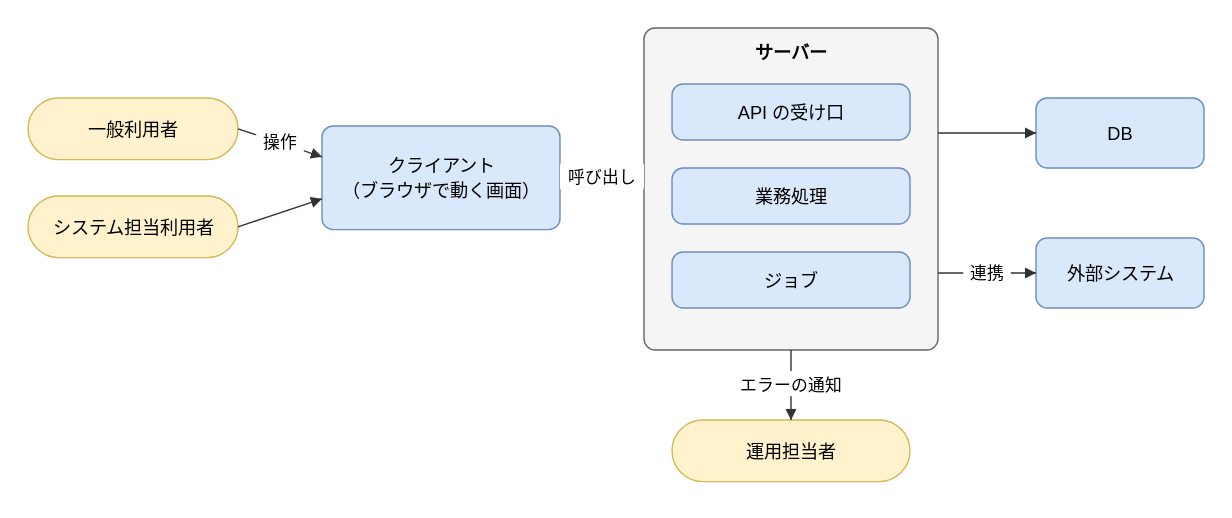
Earlier version of the draw.io export demo/101_販売管理システム/標準仕様書/images/全体像.drawio.svg (halllky/NijoAppScaffold). Source tidied: cells renumbered, new cells last; positions are measured from the earlier drawing's top-left corner, leaving out a move shared by most shapes. The source it was exported from:
```xml
<mxGraphModel background="#ffffff">
  <root>
    <mxCell id="0" />
    <mxCell id="1" parent="0" />
    <mxCell id="2" value="一般利用者" style="rounded=1;arcSize=50;whiteSpace=wrap;html=1;fillColor=#fff2cc;strokeColor=#d6b656;" parent="1" vertex="1">
      <mxGeometry y="50" width="150" height="44" as="geometry" />
    </mxCell>
    <mxCell id="3" value="システム担当利用者" style="rounded=1;arcSize=50;whiteSpace=wrap;html=1;fillColor=#fff2cc;strokeColor=#d6b656;" parent="1" vertex="1">
      <mxGeometry y="120" width="150" height="44" as="geometry" />
    </mxCell>
    <mxCell id="4" value="クライアント&lt;br&gt;（ブラウザで動く画面）" style="rounded=1;whiteSpace=wrap;html=1;fillColor=#dae8fc;strokeColor=#6c8ebf;" parent="1" vertex="1">
      <mxGeometry x="210" y="70" width="170" height="74" as="geometry" />
    </mxCell>
    <mxCell id="5" value="サーバー" style="rounded=1;whiteSpace=wrap;html=1;fillColor=#f5f5f5;strokeColor=#666666;verticalAlign=top;fontStyle=1;" parent="1" vertex="1">
      <mxGeometry x="440" width="210" height="230" as="geometry" />
    </mxCell>
    <mxCell id="6" value="API の受け口" style="rounded=1;whiteSpace=wrap;html=1;fillColor=#dae8fc;strokeColor=#6c8ebf;" parent="1" vertex="1">
      <mxGeometry x="460" y="40" width="170" height="40" as="geometry" />
    </mxCell>
    <mxCell id="7" value="業務処理" style="rounded=1;whiteSpace=wrap;html=1;fillColor=#dae8fc;strokeColor=#6c8ebf;" parent="1" vertex="1">
      <mxGeometry x="460" y="100" width="170" height="40" as="geometry" />
    </mxCell>
    <mxCell id="8" value="ジョブ" style="rounded=1;whiteSpace=wrap;html=1;fillColor=#dae8fc;strokeColor=#6c8ebf;" parent="1" vertex="1">
      <mxGeometry x="460" y="160" width="170" height="40" as="geometry" />
    </mxCell>
    <mxCell id="9" value="DB" style="rounded=1;whiteSpace=wrap;html=1;fillColor=#dae8fc;strokeColor=#6c8ebf;" parent="1" vertex="1">
      <mxGeometry x="720" y="50" width="120" height="50" as="geometry" />
    </mxCell>
    <mxCell id="10" value="外部システム" style="rounded=1;whiteSpace=wrap;html=1;fillColor=#dae8fc;strokeColor=#6c8ebf;" parent="1" vertex="1">
      <mxGeometry x="720" y="150" width="120" height="50" as="geometry" />
    </mxCell>
    <mxCell id="11" value="運用担当者" style="rounded=1;arcSize=50;whiteSpace=wrap;html=1;fillColor=#fff2cc;strokeColor=#d6b656;" parent="1" vertex="1">
      <mxGeometry x="460" y="280" width="170" height="44" as="geometry" />
    </mxCell>
    <mxCell id="12" value="操作" style="endArrow=classic;html=1;fontSize=12;labelBackgroundColor=#ffffff;" parent="1" edge="1" source="2" target="4">
      <mxGeometry relative="1" as="geometry" />
    </mxCell>
    <mxCell id="13" style="endArrow=classic;html=1;fontSize=12;labelBackgroundColor=#ffffff;" parent="1" edge="1" source="3" target="4">
      <mxGeometry relative="1" as="geometry" />
    </mxCell>
    <mxCell id="14" value="呼び出し" style="endArrow=classic;html=1;fontSize=12;labelBackgroundColor=#ffffff;" parent="1" edge="1" source="4" target="5">
      <mxGeometry relative="1" as="geometry" />
    </mxCell>
    <mxCell id="15" style="endArrow=classic;html=1;fontSize=12;labelBackgroundColor=#ffffff;" parent="1" edge="1" source="5" target="9">
      <mxGeometry relative="1" as="geometry" />
    </mxCell>
    <mxCell id="16" value="連携" style="endArrow=classic;html=1;fontSize=12;labelBackgroundColor=#ffffff;" parent="1" edge="1" source="5" target="10">
      <mxGeometry relative="1" as="geometry" />
    </mxCell>
    <mxCell id="17" value="エラーの通知" style="endArrow=classic;html=1;fontSize=12;labelBackgroundColor=#ffffff;" parent="1" edge="1" source="5" target="11">
      <mxGeometry relative="1" as="geometry" />
    </mxCell>
  </root>
</mxGraphModel>
```
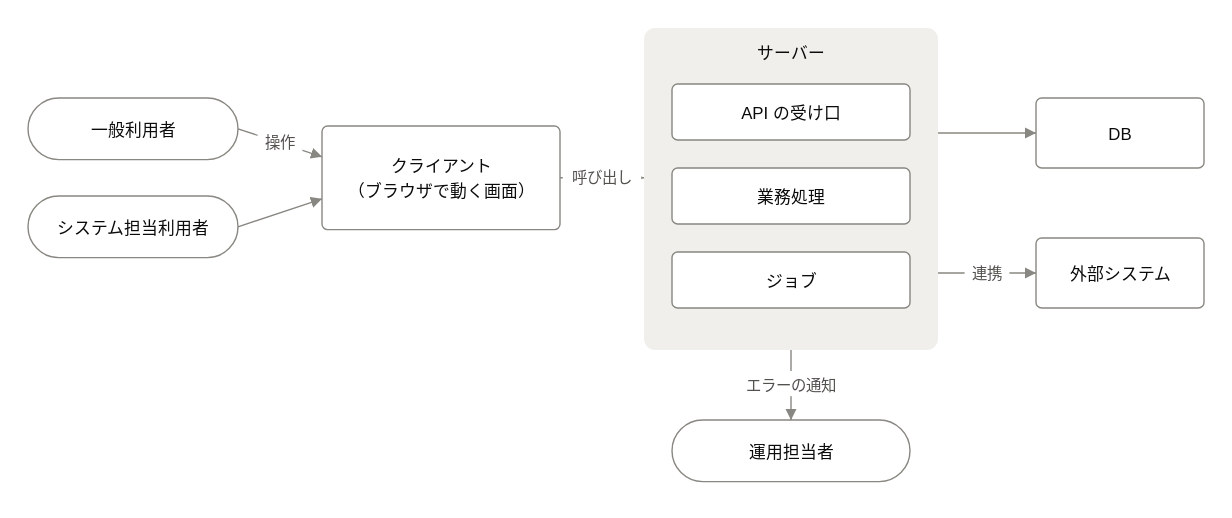
The same file after the commit.

Commit message:
デモ101 標準仕様書1章の全体像の図を、ほかの図と同じ配色にしてダークモードに対応させる

Claude-Session: https://claude.ai/code/session_01VmEwDMyciJ5svY5fNVQSZm

The edit, as a diff of the source:
```diff
@@ -2,52 +2,52 @@
   <root>
     <mxCell id="0" />
     <mxCell id="1" parent="0" />
-    <mxCell id="2" value="一般利用者" style="rounded=1;arcSize=50;whiteSpace=wrap;html=1;fillColor=#fff2cc;strokeColor=#d6b656;" parent="1" vertex="1">
+    <mxCell id="2" value="一般利用者" style="rounded=1;arcSize=50;whiteSpace=wrap;html=1;fillColor=#ffffff;strokeColor=#898781;fontColor=#0b0b0b;fontFamily=Helvetica;fontSize=12;" parent="1" vertex="1">
       <mxGeometry y="50" width="150" height="44" as="geometry" />
     </mxCell>
-    <mxCell id="3" value="システム担当利用者" style="rounded=1;arcSize=50;whiteSpace=wrap;html=1;fillColor=#fff2cc;strokeColor=#d6b656;" parent="1" vertex="1">
+    <mxCell id="3" value="システム担当利用者" style="rounded=1;arcSize=50;whiteSpace=wrap;html=1;fillColor=#ffffff;strokeColor=#898781;fontColor=#0b0b0b;fontFamily=Helvetica;fontSize=12;" parent="1" vertex="1">
       <mxGeometry y="120" width="150" height="44" as="geometry" />
     </mxCell>
-    <mxCell id="4" value="クライアント&lt;br&gt;（ブラウザで動く画面）" style="rounded=1;whiteSpace=wrap;html=1;fillColor=#dae8fc;strokeColor=#6c8ebf;" parent="1" vertex="1">
+    <mxCell id="4" value="クライアント&lt;br&gt;（ブラウザで動く画面）" style="rounded=1;arcSize=10;whiteSpace=wrap;html=1;fillColor=#ffffff;strokeColor=#898781;fontColor=#0b0b0b;fontFamily=Helvetica;fontSize=12;" parent="1" vertex="1">
       <mxGeometry x="210" y="70" width="170" height="74" as="geometry" />
     </mxCell>
-    <mxCell id="5" value="サーバー" style="rounded=1;whiteSpace=wrap;html=1;fillColor=#f5f5f5;strokeColor=#666666;verticalAlign=top;fontStyle=1;" parent="1" vertex="1">
+    <mxCell id="5" value="サーバー" style="rounded=1;arcSize=4;whiteSpace=wrap;html=1;fillColor=#f0efec;strokeColor=none;verticalAlign=top;fontColor=#0b0b0b;fontFamily=Helvetica;fontSize=12;" parent="1" vertex="1">
       <mxGeometry x="440" width="210" height="230" as="geometry" />
     </mxCell>
-    <mxCell id="6" value="API の受け口" style="rounded=1;whiteSpace=wrap;html=1;fillColor=#dae8fc;strokeColor=#6c8ebf;" parent="1" vertex="1">
+    <mxCell id="6" value="API の受け口" style="rounded=1;arcSize=10;whiteSpace=wrap;html=1;fillColor=#ffffff;strokeColor=#898781;fontColor=#0b0b0b;fontFamily=Helvetica;fontSize=12;" parent="1" vertex="1">
       <mxGeometry x="460" y="40" width="170" height="40" as="geometry" />
     </mxCell>
-    <mxCell id="7" value="業務処理" style="rounded=1;whiteSpace=wrap;html=1;fillColor=#dae8fc;strokeColor=#6c8ebf;" parent="1" vertex="1">
+    <mxCell id="7" value="業務処理" style="rounded=1;arcSize=10;whiteSpace=wrap;html=1;fillColor=#ffffff;strokeColor=#898781;fontColor=#0b0b0b;fontFamily=Helvetica;fontSize=12;" parent="1" vertex="1">
       <mxGeometry x="460" y="100" width="170" height="40" as="geometry" />
     </mxCell>
-    <mxCell id="8" value="ジョブ" style="rounded=1;whiteSpace=wrap;html=1;fillColor=#dae8fc;strokeColor=#6c8ebf;" parent="1" vertex="1">
+    <mxCell id="8" value="ジョブ" style="rounded=1;arcSize=10;whiteSpace=wrap;html=1;fillColor=#ffffff;strokeColor=#898781;fontColor=#0b0b0b;fontFamily=Helvetica;fontSize=12;" parent="1" vertex="1">
       <mxGeometry x="460" y="160" width="170" height="40" as="geometry" />
     </mxCell>
-    <mxCell id="9" value="DB" style="rounded=1;whiteSpace=wrap;html=1;fillColor=#dae8fc;strokeColor=#6c8ebf;" parent="1" vertex="1">
+    <mxCell id="9" value="DB" style="rounded=1;arcSize=10;whiteSpace=wrap;html=1;fillColor=#ffffff;strokeColor=#898781;fontColor=#0b0b0b;fontFamily=Helvetica;fontSize=12;" parent="1" vertex="1">
       <mxGeometry x="720" y="50" width="120" height="50" as="geometry" />
     </mxCell>
-    <mxCell id="10" value="外部システム" style="rounded=1;whiteSpace=wrap;html=1;fillColor=#dae8fc;strokeColor=#6c8ebf;" parent="1" vertex="1">
+    <mxCell id="10" value="外部システム" style="rounded=1;arcSize=10;whiteSpace=wrap;html=1;fillColor=#ffffff;strokeColor=#898781;fontColor=#0b0b0b;fontFamily=Helvetica;fontSize=12;" parent="1" vertex="1">
       <mxGeometry x="720" y="150" width="120" height="50" as="geometry" />
     </mxCell>
-    <mxCell id="11" value="運用担当者" style="rounded=1;arcSize=50;whiteSpace=wrap;html=1;fillColor=#fff2cc;strokeColor=#d6b656;" parent="1" vertex="1">
+    <mxCell id="11" value="運用担当者" style="rounded=1;arcSize=50;whiteSpace=wrap;html=1;fillColor=#ffffff;strokeColor=#898781;fontColor=#0b0b0b;fontFamily=Helvetica;fontSize=12;" parent="1" vertex="1">
       <mxGeometry x="460" y="280" width="170" height="44" as="geometry" />
     </mxCell>
-    <mxCell id="12" value="操作" style="endArrow=classic;html=1;fontSize=12;labelBackgroundColor=#ffffff;" parent="1" edge="1" source="2" target="4">
+    <mxCell id="12" value="操作" style="endArrow=block;endSize=5;html=1;strokeColor=#898781;fontColor=#52514e;fontFamily=Helvetica;fontSize=11;labelBackgroundColor=#ffffff;" parent="1" edge="1" source="2" target="4">
       <mxGeometry relative="1" as="geometry" />
     </mxCell>
-    <mxCell id="13" style="endArrow=classic;html=1;fontSize=12;labelBackgroundColor=#ffffff;" parent="1" edge="1" source="3" target="4">
+    <mxCell id="13" style="endArrow=block;endSize=5;html=1;strokeColor=#898781;fontColor=#52514e;fontFamily=Helvetica;fontSize=11;labelBackgroundColor=#ffffff;" parent="1" edge="1" source="3" target="4">
       <mxGeometry relative="1" as="geometry" />
     </mxCell>
-    <mxCell id="14" value="呼び出し" style="endArrow=classic;html=1;fontSize=12;labelBackgroundColor=#ffffff;" parent="1" edge="1" source="4" target="5">
+    <mxCell id="14" value="呼び出し" style="endArrow=block;endSize=5;html=1;strokeColor=#898781;fontColor=#52514e;fontFamily=Helvetica;fontSize=11;labelBackgroundColor=#ffffff;" parent="1" edge="1" source="4" target="5">
       <mxGeometry relative="1" as="geometry" />
     </mxCell>
-    <mxCell id="15" style="endArrow=classic;html=1;fontSize=12;labelBackgroundColor=#ffffff;" parent="1" edge="1" source="5" target="9">
+    <mxCell id="15" style="endArrow=block;endSize=5;html=1;strokeColor=#898781;fontColor=#52514e;fontFamily=Helvetica;fontSize=11;labelBackgroundColor=#ffffff;" parent="1" edge="1" source="5" target="9">
       <mxGeometry relative="1" as="geometry" />
     </mxCell>
-    <mxCell id="16" value="連携" style="endArrow=classic;html=1;fontSize=12;labelBackgroundColor=#ffffff;" parent="1" edge="1" source="5" target="10">
+    <mxCell id="16" value="連携" style="endArrow=block;endSize=5;html=1;strokeColor=#898781;fontColor=#52514e;fontFamily=Helvetica;fontSize=11;labelBackgroundColor=#ffffff;" parent="1" edge="1" source="5" target="10">
       <mxGeometry relative="1" as="geometry" />
     </mxCell>
-    <mxCell id="17" value="エラーの通知" style="endArrow=classic;html=1;fontSize=12;labelBackgroundColor=#ffffff;" parent="1" edge="1" source="5" target="11">
+    <mxCell id="17" value="エラーの通知" style="endArrow=block;endSize=5;html=1;strokeColor=#898781;fontColor=#52514e;fontFamily=Helvetica;fontSize=11;labelBackgroundColor=#ffffff;" parent="1" edge="1" source="5" target="11">
       <mxGeometry relative="1" as="geometry" />
     </mxCell>
   </root>
```
